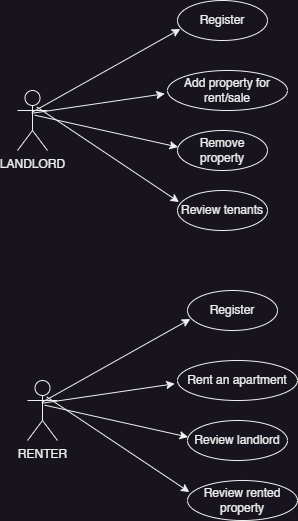
The draw.io diagram diagrams/Class Diagram.png in Dee-Dayo/EasyRent, before a commit. Source tidied: cells renumbered, new cells last; positions are measured from the earlier drawing's top-left corner, leaving out a move shared by most shapes. The source it was exported from:
```xml
<mxGraphModel>
  <root>
    <mxCell id="0" />
    <mxCell id="1" parent="0" />
    <mxCell id="2" value="Register" style="ellipse;whiteSpace=wrap;html=1;" parent="1" vertex="1">
      <mxGeometry x="160" width="90" height="40" as="geometry" />
    </mxCell>
    <mxCell id="3" value="LANDLORD" style="shape=umlActor;verticalLabelPosition=bottom;verticalAlign=top;html=1;outlineConnect=0;" parent="1" vertex="1">
      <mxGeometry y="90" width="30" height="60" as="geometry" />
    </mxCell>
    <mxCell id="4" value="Add property for rent/sale" style="ellipse;whiteSpace=wrap;html=1;" parent="1" vertex="1">
      <mxGeometry x="150" y="70" width="120" height="40" as="geometry" />
    </mxCell>
    <mxCell id="5" value="Review tenants" style="ellipse;whiteSpace=wrap;html=1;" parent="1" vertex="1">
      <mxGeometry x="160" y="190" width="90" height="40" as="geometry" />
    </mxCell>
    <mxCell id="6" value="Remove property" style="ellipse;whiteSpace=wrap;html=1;" parent="1" vertex="1">
      <mxGeometry x="160" y="130" width="90" height="40" as="geometry" />
    </mxCell>
    <mxCell id="7" style="endArrow=classic;html=1;rounded=0;exitX=0.51;exitY=0.356;exitDx=0;exitDy=0;exitPerimeter=0;entryX=0.032;entryY=0.712;entryDx=0;entryDy=0;entryPerimeter=0;" parent="1" edge="1" source="3" target="2">
      <mxGeometry relative="1" as="geometry" />
    </mxCell>
    <mxCell id="8" style="endArrow=classic;html=1;rounded=0;exitX=0.478;exitY=0.379;exitDx=0;exitDy=0;exitPerimeter=0;entryX=-0.023;entryY=0.581;entryDx=0;entryDy=0;entryPerimeter=0;" parent="1" edge="1" source="3" target="4">
      <mxGeometry relative="1" as="geometry" />
    </mxCell>
    <mxCell id="9" style="endArrow=classic;html=1;rounded=0;entryX=0.006;entryY=0.414;entryDx=0;entryDy=0;entryPerimeter=0;exitX=0.573;exitY=0.411;exitDx=0;exitDy=0;exitPerimeter=0;" parent="1" edge="1" source="3" target="6">
      <mxGeometry relative="1" as="geometry" />
    </mxCell>
    <mxCell id="10" style="endArrow=classic;html=1;rounded=0;entryX=0.017;entryY=0.289;entryDx=0;entryDy=0;entryPerimeter=0;exitX=0.643;exitY=0.274;exitDx=0;exitDy=0;exitPerimeter=0;" parent="1" edge="1" source="3" target="5">
      <mxGeometry relative="1" as="geometry" />
    </mxCell>
    <mxCell id="11" value="Register" style="ellipse;whiteSpace=wrap;html=1;" parent="1" vertex="1">
      <mxGeometry x="170" y="290" width="90" height="40" as="geometry" />
    </mxCell>
    <mxCell id="12" value="RENTER" style="shape=umlActor;verticalLabelPosition=bottom;verticalAlign=top;html=1;outlineConnect=0;" parent="1" vertex="1">
      <mxGeometry x="10" y="380" width="30" height="60" as="geometry" />
    </mxCell>
    <mxCell id="13" value="Rent an apartment" style="ellipse;whiteSpace=wrap;html=1;" parent="1" vertex="1">
      <mxGeometry x="160" y="360" width="120" height="40" as="geometry" />
    </mxCell>
    <mxCell id="14" value="Review rented property" style="ellipse;whiteSpace=wrap;html=1;" parent="1" vertex="1">
      <mxGeometry x="170" y="480" width="110" height="40" as="geometry" />
    </mxCell>
    <mxCell id="15" value="Review landlord" style="ellipse;whiteSpace=wrap;html=1;" parent="1" vertex="1">
      <mxGeometry x="170" y="420" width="100" height="40" as="geometry" />
    </mxCell>
    <mxCell id="16" style="endArrow=classic;html=1;rounded=0;exitX=0.51;exitY=0.356;exitDx=0;exitDy=0;exitPerimeter=0;entryX=0.032;entryY=0.712;entryDx=0;entryDy=0;entryPerimeter=0;" parent="1" edge="1" source="12" target="11">
      <mxGeometry relative="1" as="geometry" />
    </mxCell>
    <mxCell id="17" style="endArrow=classic;html=1;rounded=0;exitX=0.478;exitY=0.379;exitDx=0;exitDy=0;exitPerimeter=0;entryX=-0.023;entryY=0.581;entryDx=0;entryDy=0;entryPerimeter=0;" parent="1" edge="1" source="12" target="13">
      <mxGeometry relative="1" as="geometry" />
    </mxCell>
    <mxCell id="18" style="endArrow=classic;html=1;rounded=0;entryX=0.006;entryY=0.414;entryDx=0;entryDy=0;entryPerimeter=0;exitX=0.573;exitY=0.411;exitDx=0;exitDy=0;exitPerimeter=0;" parent="1" edge="1" source="12" target="15">
      <mxGeometry relative="1" as="geometry" />
    </mxCell>
    <mxCell id="19" style="endArrow=classic;html=1;rounded=0;entryX=0.017;entryY=0.289;entryDx=0;entryDy=0;entryPerimeter=0;exitX=0.643;exitY=0.274;exitDx=0;exitDy=0;exitPerimeter=0;" parent="1" edge="1" source="12" target="14">
      <mxGeometry relative="1" as="geometry" />
    </mxCell>
  </root>
</mxGraphModel>
```
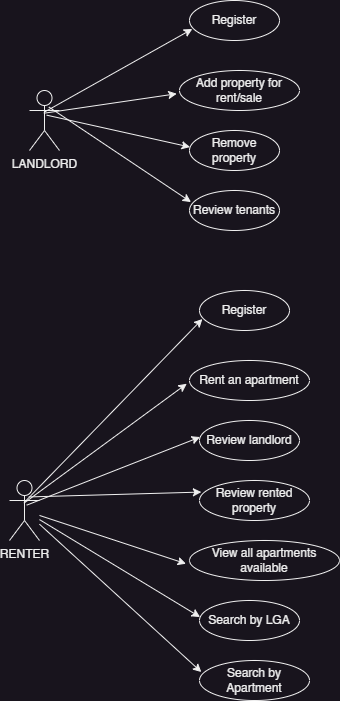
After the change.

What changed in the source:
```diff
@@ -33,7 +33,7 @@
       <mxGeometry x="170" y="290" width="90" height="40" as="geometry" />
     </mxCell>
     <mxCell id="12" value="RENTER" style="shape=umlActor;verticalLabelPosition=bottom;verticalAlign=top;html=1;outlineConnect=0;" parent="1" vertex="1">
-      <mxGeometry x="10" y="380" width="30" height="60" as="geometry" />
+      <mxGeometry x="-20" y="480" width="30" height="60" as="geometry" />
     </mxCell>
     <mxCell id="13" value="Rent an apartment" style="ellipse;whiteSpace=wrap;html=1;" parent="1" vertex="1">
       <mxGeometry x="160" y="360" width="120" height="40" as="geometry" />
@@ -56,5 +56,23 @@
     <mxCell id="19" style="endArrow=classic;html=1;rounded=0;entryX=0.017;entryY=0.289;entryDx=0;entryDy=0;entryPerimeter=0;exitX=0.643;exitY=0.274;exitDx=0;exitDy=0;exitPerimeter=0;" parent="1" edge="1" source="12" target="14">
       <mxGeometry relative="1" as="geometry" />
     </mxCell>
+    <mxCell id="20" value="View all apartments available" style="ellipse;whiteSpace=wrap;html=1;" parent="1" vertex="1">
+      <mxGeometry x="160" y="540" width="150" height="40" as="geometry" />
+    </mxCell>
+    <mxCell id="21" value="Search by Apartment" style="ellipse;whiteSpace=wrap;html=1;" parent="1" vertex="1">
+      <mxGeometry x="170" y="660" width="110" height="40" as="geometry" />
+    </mxCell>
+    <mxCell id="22" value="Search by LGA" style="ellipse;whiteSpace=wrap;html=1;" parent="1" vertex="1">
+      <mxGeometry x="170" y="600" width="100" height="40" as="geometry" />
+    </mxCell>
+    <mxCell id="23" style="endArrow=classic;html=1;rounded=0;entryX=-0.023;entryY=0.581;entryDx=0;entryDy=0;entryPerimeter=0;" parent="1" edge="1" source="12" target="20">
+      <mxGeometry relative="1" as="geometry" />
+    </mxCell>
+    <mxCell id="24" style="endArrow=classic;html=1;rounded=0;entryX=0.006;entryY=0.414;entryDx=0;entryDy=0;entryPerimeter=0;" parent="1" edge="1" source="12" target="22">
+      <mxGeometry relative="1" as="geometry" />
+    </mxCell>
+    <mxCell id="25" style="endArrow=classic;html=1;rounded=0;entryX=0.017;entryY=0.289;entryDx=0;entryDy=0;entryPerimeter=0;" parent="1" edge="1" source="12" target="21">
+      <mxGeometry relative="1" as="geometry" />
+    </mxCell>
   </root>
 </mxGraphModel>
```
